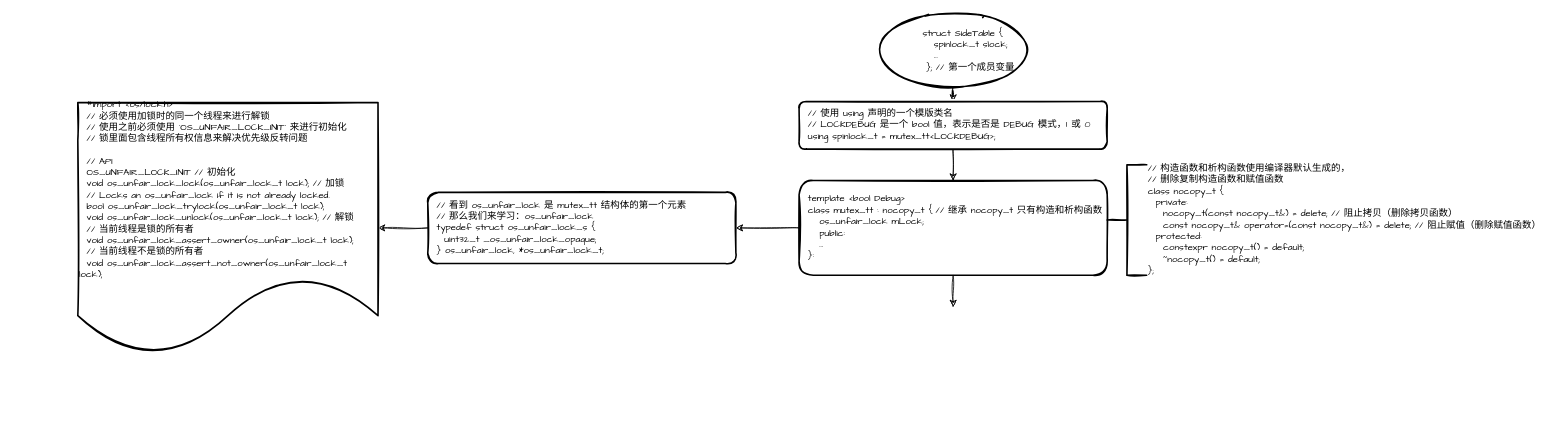
Earlier version of the draw.io diagram Algorithm_C/Block/md/spinlock_t.drawio (chm994483868/AlgorithmExample). Source tidied: cells renumbered, new cells numbered last; positions are measured from the earlier drawing's top-left corner, leaving out a move shared by most shapes. Both pictures are drawn from the tidied source at 79%, with x=0, y=0 at pixel (77, 14).
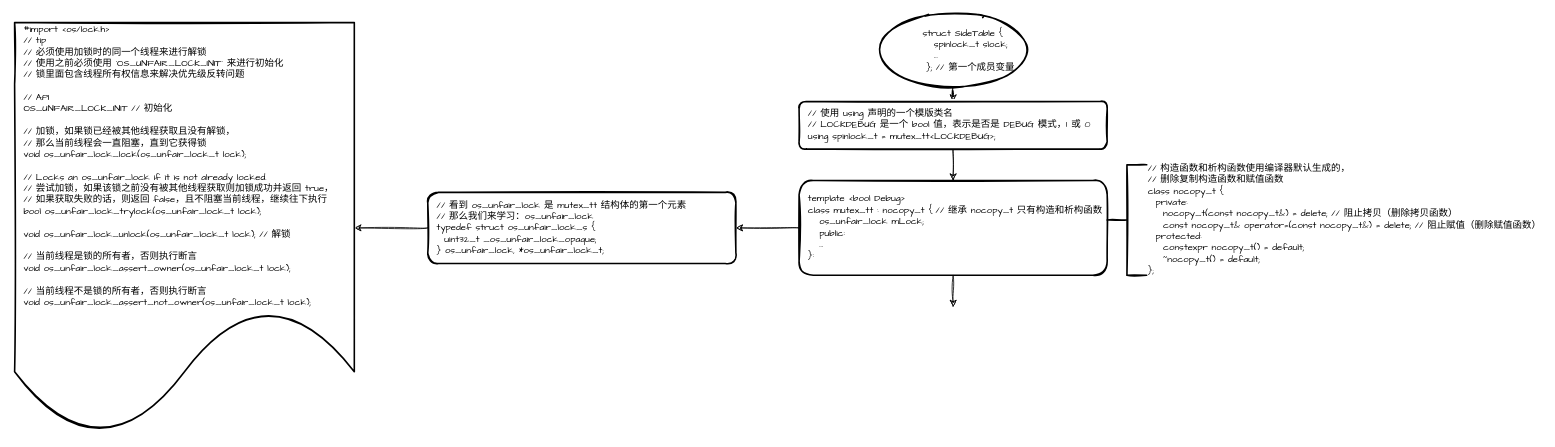
The same diagram, later.

The edit, as a diff of the source:
```diff
@@
 <mxGraphModel>
   <root>
     <mxCell id="0" />
     <mxCell id="1" parent="0" />
     <mxCell id="2" style="edgeStyle=orthogonalEdgeStyle;curved=1;rounded=0;sketch=1;jettySize=auto;html=1;fontFamily=Comic Sans MS;" parent="1" edge="1" source="3" target="5">
       <mxGeometry relative="1" as="geometry" />
     </mxCell>
     <mxCell id="3" value="&lt;div&gt;&amp;nbsp; &amp;nbsp; &amp;nbsp; &amp;nbsp; &amp;nbsp; &amp;nbsp; struct SideTable {&lt;/div&gt;&lt;div&gt;&amp;nbsp; &amp;nbsp; &amp;nbsp; &amp;nbsp; &amp;nbsp; &amp;nbsp; &amp;nbsp; &amp;nbsp;spinlock_t slock;&lt;/div&gt;&lt;div&gt;&amp;nbsp; &amp;nbsp; &amp;nbsp; &amp;nbsp; &amp;nbsp; &amp;nbsp; &amp;nbsp; &amp;nbsp;...&lt;/div&gt;&lt;div&gt;&amp;nbsp; &amp;nbsp; &amp;nbsp; &amp;nbsp; &amp;nbsp; &amp;nbsp; &amp;nbsp;}; // 第一个成员变量&lt;/div&gt;" style="strokeWidth=2;html=1;shape=mxgraph.flowchart.start_1;whiteSpace=wrap;fontFamily=Comic Sans MS;labelBorderColor=none;labelBackgroundColor=none;align=left;sketch=1;rounded=1;" parent="1" vertex="1">
       <mxGeometry x="1010" width="196" height="90" as="geometry" />
     </mxCell>
     <mxCell id="4" style="edgeStyle=orthogonalEdgeStyle;curved=1;rounded=0;sketch=1;jettySize=auto;html=1;fontFamily=Comic Sans MS;" parent="1" edge="1" source="5" target="8">
       <mxGeometry relative="1" as="geometry" />
     </mxCell>
     <mxCell id="5" value="&amp;nbsp; // 使用 using 声明的一个模版类名&lt;br&gt;&amp;nbsp; //&amp;nbsp;LOCKDEBUG 是一个 bool 值，表示是否是 DEBUG 模式，1 或 0&lt;br&gt;&amp;nbsp; using spinlock_t = mutex_tt&amp;lt;LOCKDEBUG&amp;gt;;" style="whiteSpace=wrap;html=1;fontFamily=Comic Sans MS;align=left;strokeWidth=2;sketch=1;rounded=1;" parent="1" vertex="1">
       <mxGeometry x="913" y="110" width="390" height="60" as="geometry" />
     </mxCell>
     <mxCell id="6" style="edgeStyle=orthogonalEdgeStyle;curved=1;rounded=0;sketch=1;jettySize=auto;html=1;fontFamily=Comic Sans MS;" parent="1" edge="1" source="8">
       <mxGeometry relative="1" as="geometry">
         <mxPoint x="1108" y="370" as="targetPoint" />
       </mxGeometry>
     </mxCell>
     <mxCell id="7" style="edgeStyle=orthogonalEdgeStyle;curved=1;rounded=0;sketch=1;jettySize=auto;html=1;fontFamily=Comic Sans MS;" parent="1" edge="1" source="8" target="11">
       <mxGeometry relative="1" as="geometry" />
     </mxCell>
     <mxCell id="8" value="&lt;div&gt;&amp;nbsp; template &amp;lt;bool Debug&amp;gt;&lt;/div&gt;&lt;div&gt;&amp;nbsp; class mutex_tt : nocopy_t { // 继承 nocopy_t 只有构造和析构函数&lt;/div&gt;&lt;div&gt;&amp;nbsp; &amp;nbsp; &amp;nbsp;os_unfair_lock mLock;&lt;/div&gt;&lt;div&gt;&amp;nbsp; &amp;nbsp; &amp;nbsp;public:&lt;/div&gt;&lt;div&gt;&amp;nbsp; &amp;nbsp; &amp;nbsp;...&lt;/div&gt;&lt;div&gt;&amp;nbsp; }:&lt;/div&gt;" style="whiteSpace=wrap;html=1;fontFamily=Comic Sans MS;align=left;strokeWidth=2;sketch=1;rounded=1;" parent="1" vertex="1">
       <mxGeometry x="913" y="210" width="390" height="120" as="geometry" />
     </mxCell>
     <mxCell id="9" value="&lt;div&gt;//&amp;nbsp;构造函数和析构函数使用编译器默认生成的，&lt;/div&gt;&lt;div&gt;// 删除复制构造函数和赋值函数&lt;/div&gt;&lt;div&gt;class nocopy_t {&lt;/div&gt;&lt;div&gt;&amp;nbsp; private:&lt;/div&gt;&lt;div&gt;&amp;nbsp; &amp;nbsp; nocopy_t(const nocopy_t&amp;amp;) = delete; // 阻止拷贝（删除拷贝函数）&lt;/div&gt;&lt;div&gt;&amp;nbsp; &amp;nbsp; const nocopy_t&amp;amp; operator=(const nocopy_t&amp;amp;) = delete; // 阻止赋值（删除赋值函数）&lt;/div&gt;&lt;div&gt;&amp;nbsp; protected:&lt;/div&gt;&lt;div&gt;&amp;nbsp; &amp;nbsp; constexpr nocopy_t() = default;&lt;/div&gt;&lt;div&gt;&amp;nbsp; &amp;nbsp; ~nocopy_t() = default;&lt;/div&gt;&lt;div&gt;};&lt;/div&gt;" style="strokeWidth=2;html=1;shape=mxgraph.flowchart.annotation_2;align=left;labelPosition=right;rounded=1;labelBackgroundColor=none;sketch=1;fontFamily=Comic Sans MS;" parent="1" vertex="1">
       <mxGeometry x="1303" y="190" width="50" height="140" as="geometry" />
     </mxCell>
     <mxCell id="10" style="edgeStyle=orthogonalEdgeStyle;curved=1;rounded=0;sketch=1;jettySize=auto;html=1;fontFamily=Comic Sans MS;" parent="1" edge="1" source="11" target="12">
       <mxGeometry relative="1" as="geometry" />
     </mxCell>
     <mxCell id="11" value="&amp;nbsp; // 看到 os_unfair_lock 是 mutex_tt 结构体的第一个元素&lt;br&gt;&amp;nbsp; // 那么我们来学习：os_unfair_lock&lt;br&gt;&lt;div&gt;&amp;nbsp; typedef struct os_unfair_lock_s {&lt;/div&gt;&lt;div&gt;&lt;span&gt;&lt;/span&gt;&amp;nbsp; &amp;nbsp; uint32_t _os_unfair_lock_opaque;&lt;/div&gt;&lt;div&gt;&amp;nbsp; } os_unfair_lock, *os_unfair_lock_t;&lt;/div&gt;" style="whiteSpace=wrap;html=1;fontFamily=Comic Sans MS;align=left;strokeWidth=2;sketch=1;rounded=1;" parent="1" vertex="1">
       <mxGeometry x="443" y="225" width="390" height="90" as="geometry" />
     </mxCell>
-    <mxCell id="12" value="&amp;nbsp;&amp;nbsp;&lt;span&gt;#import &amp;lt;os/lock.h&amp;gt;&lt;/span&gt;&lt;div&gt;&amp;nbsp; // 必须使用加锁时的同一个线程来进行解锁&lt;/div&gt;&lt;div&gt;&amp;nbsp; // 使用之前必须使用 `OS_UNFAIR_LOCK_INIT` 来进行初始化&lt;/div&gt;&lt;div&gt;&amp;nbsp; // 锁里面包含线程所有权信息来解决优先级反转问题&lt;/div&gt;&lt;div&gt;&lt;br&gt;&lt;/div&gt;&lt;div&gt;&amp;nbsp; // API&lt;/div&gt;&lt;div&gt;&amp;nbsp; OS_UNFAIR_LOCK_INIT // 初始化&lt;/div&gt;&lt;div&gt;&amp;nbsp; void os_unfair_lock_lock(os_unfair_lock_t lock); // 加锁&lt;/div&gt;&lt;div&gt;&amp;nbsp; // Locks an os_unfair_lock if it is not already locked.&lt;/div&gt;&lt;div&gt;&amp;nbsp; bool os_unfair_lock_trylock(os_unfair_lock_t lock);&lt;/div&gt;&lt;div&gt;&amp;nbsp; void os_unfair_lock_unlock(os_unfair_lock_t lock); // 解锁&lt;/div&gt;&lt;div&gt;&amp;nbsp; // 当前线程是锁的所有者&lt;br&gt;&lt;/div&gt;&lt;div&gt;&amp;nbsp; void os_unfair_lock_assert_owner(os_unfair_lock_t lock);&amp;nbsp;&lt;/div&gt;&lt;div&gt;&amp;nbsp; // 当前线程不是锁的所有者&lt;br&gt;&lt;/div&gt;&lt;div&gt;&amp;nbsp; void os_unfair_lock_assert_not_owner(os_unfair_lock_t lock);&amp;nbsp;&lt;/div&gt;" style="shape=document;whiteSpace=wrap;html=1;boundedLbl=1;rounded=1;fontFamily=Comic Sans MS;align=left;strokeWidth=2;sketch=1;" parent="1" vertex="1">
-      <mxGeometry y="111.2" width="380" height="317.5" as="geometry" />
+    <mxCell id="12" value="&amp;nbsp;&amp;nbsp;&lt;span&gt;#import &amp;lt;os/lock.h&amp;gt;&lt;br&gt;&amp;nbsp; // tip&lt;br&gt;&lt;/span&gt;&lt;div&gt;&amp;nbsp; // 必须使用加锁时的同一个线程来进行解锁&lt;/div&gt;&lt;div&gt;&amp;nbsp; // 使用之前必须使用 `OS_UNFAIR_LOCK_INIT` 来进行初始化&lt;/div&gt;&lt;div&gt;&amp;nbsp; // 锁里面包含线程所有权信息来解决优先级反转问题&lt;/div&gt;&lt;div&gt;&lt;br&gt;&lt;/div&gt;&lt;div&gt;&amp;nbsp; // API&lt;/div&gt;&lt;div&gt;&amp;nbsp; OS_UNFAIR_LOCK_INIT // 初始化&lt;/div&gt;&lt;div&gt;&amp;nbsp;&amp;nbsp;&lt;/div&gt;&amp;nbsp; // 加锁，如果锁已经被其他线程获取且没有解锁，&lt;br&gt;&amp;nbsp; // 那么当前线程会一直阻塞，直到它获得锁&lt;br&gt;&lt;div&gt;&amp;nbsp; void os_unfair_lock_lock(os_unfair_lock_t lock);&lt;/div&gt;&lt;div&gt;&lt;br&gt;&lt;/div&gt;&lt;div&gt;&amp;nbsp; // Locks an os_unfair_lock if it is not already locked.&lt;/div&gt;&lt;div&gt;&amp;nbsp; // 尝试加锁，如果该锁之前没有被其他线程获取则加锁成功并返回 true，&lt;/div&gt;&lt;div&gt;&amp;nbsp; // 如果获取失败的话，则返回 false，且不阻塞当前线程，继续往下执行&lt;/div&gt;&lt;div&gt;&amp;nbsp; bool os_unfair_lock_trylock(os_unfair_lock_t lock);&lt;/div&gt;&lt;div&gt;&lt;br&gt;&lt;/div&gt;&lt;div&gt;&amp;nbsp; void os_unfair_lock_unlock(os_unfair_lock_t lock); // 解锁&lt;/div&gt;&lt;div&gt;&lt;br&gt;&lt;/div&gt;&lt;div&gt;&amp;nbsp; // 当前线程是锁的所有者，否则执行断言&lt;br&gt;&lt;/div&gt;&lt;div&gt;&amp;nbsp; void os_unfair_lock_assert_owner(os_unfair_lock_t lock);&amp;nbsp;&lt;/div&gt;&lt;div&gt;&lt;br&gt;&lt;/div&gt;&lt;div&gt;&amp;nbsp; // 当前线程不是锁的所有者，否则执行断言&lt;br&gt;&lt;/div&gt;&lt;div&gt;&amp;nbsp; void os_unfair_lock_assert_not_owner(os_unfair_lock_t lock);&amp;nbsp;&lt;/div&gt;" style="shape=document;whiteSpace=wrap;html=1;boundedLbl=1;rounded=1;fontFamily=Comic Sans MS;align=left;strokeWidth=2;sketch=1;" parent="1" vertex="1">
+      <mxGeometry x="-80" y="10" width="430" height="520" as="geometry" />
     </mxCell>
   </root>
 </mxGraphModel>
```
